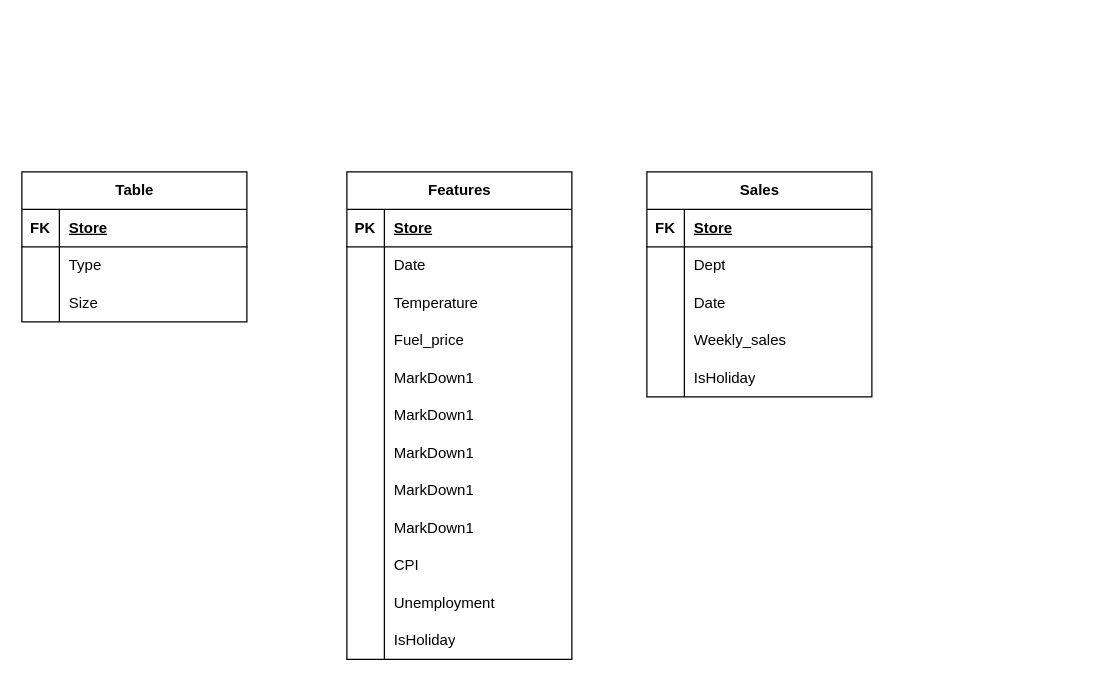
XanderDefend/Data-Analytics keeps this draw.io diagram as Untitled Diagram.drawio. Above is the earlier version. Source tidied: cells renumbered, new cells numbered last; positions are measured from the earlier drawing's top-left corner, leaving out a move shared by most shapes. Both pictures are drawn from the tidied source at 125%, with x=0, y=0 at pixel (21, 171).
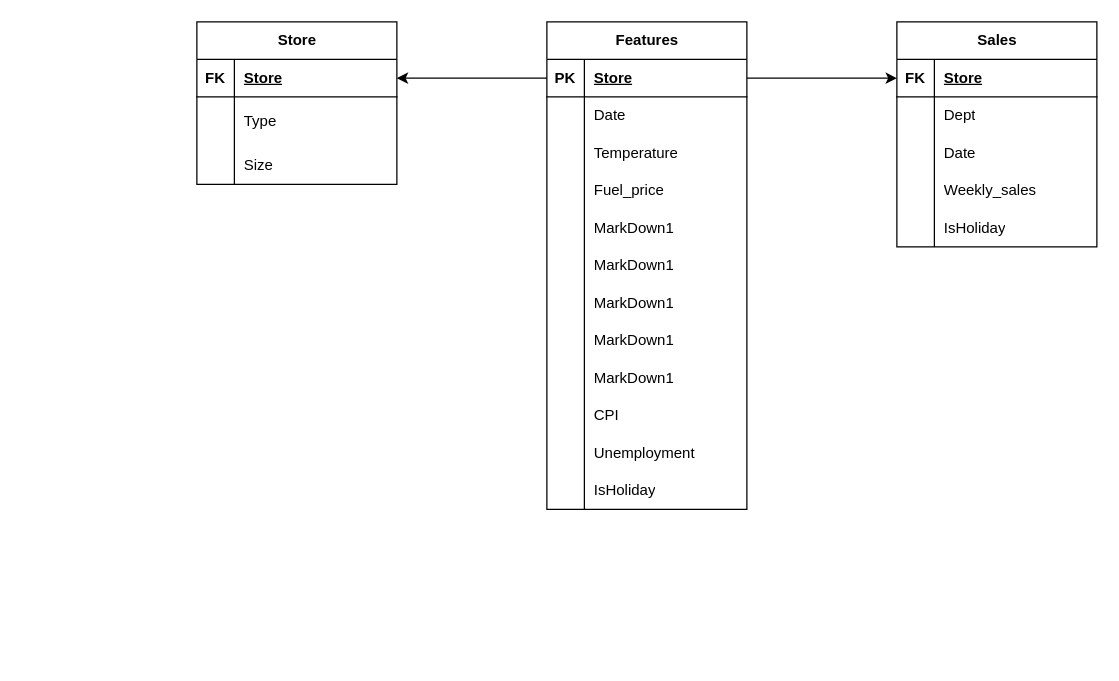
Above is the later version.

Change to the diagram source:
```diff
@@
     <mxCell id="2" value="Features" style="shape=table;startSize=30;childLayout=tableLayout;rowLines=0;fontStyle=1;align=center;html=1;" parent="1" vertex="1">
-      <mxGeometry x="260" width="180" height="390" as="geometry" />
+      <mxGeometry x="420" y="-120" width="160" height="390" as="geometry" />
     </mxCell>
     <mxCell id="3" style="shape=tableRow;horizontal=0;startSize=0;swimlaneHead=0;swimlaneBody=0;fillColor=none;points=[[0,0.5],[1,0.5]];portConstraint=eastwest;top=0;left=0;right=0;bottom=1;" parent="2" vertex="1">
-      <mxGeometry y="30" width="180" height="30" as="geometry" />
+      <mxGeometry y="30" width="160" height="30" as="geometry" />
     </mxCell>
@@
     <mxCell id="5" value="Store" style="shape=partialRectangle;fillColor=none;top=0;left=0;bottom=0;right=0;align=left;spacingLeft=6;fontStyle=5;overflow=hidden;whiteSpace=wrap;html=1;" parent="3" vertex="1">
-      <mxGeometry x="30" width="150" height="30" as="geometry" />
+      <mxGeometry x="30" width="130" height="30" as="geometry" />
     </mxCell>
     <mxCell id="6" style="shape=tableRow;horizontal=0;startSize=0;swimlaneHead=0;swimlaneBody=0;fillColor=none;top=0;left=0;right=0;bottom=0;" parent="2" vertex="1">
-      <mxGeometry y="60" width="180" height="30" as="geometry" />
+      <mxGeometry y="60" width="160" height="30" as="geometry" />
     </mxCell>
@@
     <mxCell id="8" value="Date" style="shape=partialRectangle;fillColor=none;top=0;left=0;bottom=0;right=0;align=left;spacingLeft=6;overflow=hidden;whiteSpace=wrap;html=1;" parent="6" vertex="1">
-      <mxGeometry x="30" width="150" height="30" as="geometry" />
+      <mxGeometry x="30" width="130" height="30" as="geometry" />
     </mxCell>
     <mxCell id="9" style="shape=tableRow;horizontal=0;startSize=0;swimlaneHead=0;swimlaneBody=0;fillColor=none;top=0;left=0;right=0;bottom=0;" parent="2" vertex="1">
-      <mxGeometry y="90" width="180" height="30" as="geometry" />
+      <mxGeometry y="90" width="160" height="30" as="geometry" />
     </mxCell>
@@
     <mxCell id="11" value="Temperature" style="shape=partialRectangle;fillColor=none;top=0;left=0;bottom=0;right=0;align=left;spacingLeft=6;overflow=hidden;whiteSpace=wrap;html=1;" parent="9" vertex="1">
-      <mxGeometry x="30" width="150" height="30" as="geometry" />
+      <mxGeometry x="30" width="130" height="30" as="geometry" />
     </mxCell>
     <mxCell id="12" style="shape=tableRow;horizontal=0;startSize=0;swimlaneHead=0;swimlaneBody=0;fillColor=none;top=0;left=0;right=0;bottom=0;" parent="2" vertex="1">
-      <mxGeometry y="120" width="180" height="30" as="geometry" />
+      <mxGeometry y="120" width="160" height="30" as="geometry" />
     </mxCell>
@@
     <mxCell id="14" value="Fuel_price" style="shape=partialRectangle;fillColor=none;top=0;left=0;bottom=0;right=0;align=left;spacingLeft=6;overflow=hidden;whiteSpace=wrap;html=1;" parent="12" vertex="1">
-      <mxGeometry x="30" width="150" height="30" as="geometry" />
+      <mxGeometry x="30" width="130" height="30" as="geometry" />
     </mxCell>
     <mxCell id="15" style="shape=tableRow;horizontal=0;startSize=0;swimlaneHead=0;swimlaneBody=0;fillColor=none;top=0;left=0;right=0;bottom=0;" parent="2" vertex="1">
-      <mxGeometry y="150" width="180" height="30" as="geometry" />
+      <mxGeometry y="150" width="160" height="30" as="geometry" />
     </mxCell>
@@
     <mxCell id="17" value="MarkDown1" style="shape=partialRectangle;fillColor=none;top=0;left=0;bottom=0;right=0;align=left;spacingLeft=6;overflow=hidden;whiteSpace=wrap;html=1;" parent="15" vertex="1">
-      <mxGeometry x="30" width="150" height="30" as="geometry" />
+      <mxGeometry x="30" width="130" height="30" as="geometry" />
     </mxCell>
     <mxCell id="18" style="shape=tableRow;horizontal=0;startSize=0;swimlaneHead=0;swimlaneBody=0;fillColor=none;top=0;left=0;right=0;bottom=0;" parent="2" vertex="1">
-      <mxGeometry y="180" width="180" height="30" as="geometry" />
+      <mxGeometry y="180" width="160" height="30" as="geometry" />
     </mxCell>
@@
     <mxCell id="20" value="MarkDown1" style="shape=partialRectangle;fillColor=none;top=0;left=0;bottom=0;right=0;align=left;spacingLeft=6;overflow=hidden;whiteSpace=wrap;html=1;" parent="18" vertex="1">
-      <mxGeometry x="30" width="150" height="30" as="geometry" />
+      <mxGeometry x="30" width="130" height="30" as="geometry" />
     </mxCell>
     <mxCell id="21" style="shape=tableRow;horizontal=0;startSize=0;swimlaneHead=0;swimlaneBody=0;fillColor=none;top=0;left=0;right=0;bottom=0;" parent="2" vertex="1">
-      <mxGeometry y="210" width="180" height="30" as="geometry" />
+      <mxGeometry y="210" width="160" height="30" as="geometry" />
     </mxCell>
@@
     <mxCell id="23" value="MarkDown1" style="shape=partialRectangle;fillColor=none;top=0;left=0;bottom=0;right=0;align=left;spacingLeft=6;overflow=hidden;whiteSpace=wrap;html=1;" parent="21" vertex="1">
-      <mxGeometry x="30" width="150" height="30" as="geometry" />
+      <mxGeometry x="30" width="130" height="30" as="geometry" />
     </mxCell>
     <mxCell id="24" style="shape=tableRow;horizontal=0;startSize=0;swimlaneHead=0;swimlaneBody=0;fillColor=none;top=0;left=0;right=0;bottom=0;" parent="2" vertex="1">
-      <mxGeometry y="240" width="180" height="30" as="geometry" />
+      <mxGeometry y="240" width="160" height="30" as="geometry" />
     </mxCell>
@@
     <mxCell id="26" value="MarkDown1" style="shape=partialRectangle;fillColor=none;top=0;left=0;bottom=0;right=0;align=left;spacingLeft=6;overflow=hidden;whiteSpace=wrap;html=1;" parent="24" vertex="1">
-      <mxGeometry x="30" width="150" height="30" as="geometry" />
+      <mxGeometry x="30" width="130" height="30" as="geometry" />
     </mxCell>
     <mxCell id="27" style="shape=tableRow;horizontal=0;startSize=0;swimlaneHead=0;swimlaneBody=0;fillColor=none;top=0;left=0;right=0;bottom=0;" parent="2" vertex="1">
-      <mxGeometry y="270" width="180" height="30" as="geometry" />
+      <mxGeometry y="270" width="160" height="30" as="geometry" />
     </mxCell>
@@
     <mxCell id="29" value="MarkDown1" style="shape=partialRectangle;fillColor=none;top=0;left=0;bottom=0;right=0;align=left;spacingLeft=6;overflow=hidden;whiteSpace=wrap;html=1;" parent="27" vertex="1">
-      <mxGeometry x="30" width="150" height="30" as="geometry" />
+      <mxGeometry x="30" width="130" height="30" as="geometry" />
     </mxCell>
     <mxCell id="30" style="shape=tableRow;horizontal=0;startSize=0;swimlaneHead=0;swimlaneBody=0;fillColor=none;top=0;left=0;right=0;bottom=0;" parent="2" vertex="1">
-      <mxGeometry y="300" width="180" height="30" as="geometry" />
+      <mxGeometry y="300" width="160" height="30" as="geometry" />
     </mxCell>
@@
     <mxCell id="32" value="CPI" style="shape=partialRectangle;fillColor=none;top=0;left=0;bottom=0;right=0;align=left;spacingLeft=6;overflow=hidden;whiteSpace=wrap;html=1;" parent="30" vertex="1">
-      <mxGeometry x="30" width="150" height="30" as="geometry" />
+      <mxGeometry x="30" width="130" height="30" as="geometry" />
     </mxCell>
     <mxCell id="33" style="shape=tableRow;horizontal=0;startSize=0;swimlaneHead=0;swimlaneBody=0;fillColor=none;top=0;left=0;right=0;bottom=0;" parent="2" vertex="1">
-      <mxGeometry y="330" width="180" height="30" as="geometry" />
+      <mxGeometry y="330" width="160" height="30" as="geometry" />
     </mxCell>
@@
     <mxCell id="35" value="Unemployment" style="shape=partialRectangle;fillColor=none;top=0;left=0;bottom=0;right=0;align=left;spacingLeft=6;overflow=hidden;whiteSpace=wrap;html=1;" parent="33" vertex="1">
-      <mxGeometry x="30" width="150" height="30" as="geometry" />
+      <mxGeometry x="30" width="130" height="30" as="geometry" />
     </mxCell>
     <mxCell id="36" style="shape=tableRow;horizontal=0;startSize=0;swimlaneHead=0;swimlaneBody=0;fillColor=none;top=0;left=0;right=0;bottom=0;" parent="2" vertex="1">
-      <mxGeometry y="360" width="180" height="30" as="geometry" />
+      <mxGeometry y="360" width="160" height="30" as="geometry" />
     </mxCell>
@@
     <mxCell id="38" value="IsHoliday" style="shape=partialRectangle;fillColor=none;top=0;left=0;bottom=0;right=0;align=left;spacingLeft=6;overflow=hidden;whiteSpace=wrap;html=1;" parent="36" vertex="1">
-      <mxGeometry x="30" width="150" height="30" as="geometry" />
+      <mxGeometry x="30" width="130" height="30" as="geometry" />
     </mxCell>
     <mxCell id="39" value="Sales" style="shape=table;startSize=30;childLayout=tableLayout;rowLines=0;fontStyle=1;align=center;html=1;" parent="1" vertex="1">
-      <mxGeometry x="500" width="180" height="180" as="geometry" />
+      <mxGeometry x="700" y="-120" width="160" height="180" as="geometry" />
     </mxCell>
     <mxCell id="40" style="shape=tableRow;horizontal=0;startSize=0;swimlaneHead=0;swimlaneBody=0;fillColor=none;points=[[0,0.5],[1,0.5]];portConstraint=eastwest;top=0;left=0;right=0;bottom=1;" parent="39" vertex="1">
-      <mxGeometry y="30" width="180" height="30" as="geometry" />
+      <mxGeometry y="30" width="160" height="30" as="geometry" />
     </mxCell>
@@
     <mxCell id="42" value="Store" style="shape=partialRectangle;fillColor=none;top=0;left=0;bottom=0;right=0;align=left;spacingLeft=6;fontStyle=5;overflow=hidden;whiteSpace=wrap;html=1;" parent="40" vertex="1">
-      <mxGeometry x="30" width="150" height="30" as="geometry" />
+      <mxGeometry x="30" width="130" height="30" as="geometry" />
     </mxCell>
     <mxCell id="43" style="shape=tableRow;horizontal=0;startSize=0;swimlaneHead=0;swimlaneBody=0;fillColor=none;top=0;left=0;right=0;bottom=0;" parent="39" vertex="1">
-      <mxGeometry y="60" width="180" height="30" as="geometry" />
+      <mxGeometry y="60" width="160" height="30" as="geometry" />
     </mxCell>
@@
     <mxCell id="45" value="Dept" style="shape=partialRectangle;fillColor=none;top=0;left=0;bottom=0;right=0;align=left;spacingLeft=6;overflow=hidden;whiteSpace=wrap;html=1;" parent="43" vertex="1">
-      <mxGeometry x="30" width="150" height="30" as="geometry" />
+      <mxGeometry x="30" width="130" height="30" as="geometry" />
     </mxCell>
     <mxCell id="46" style="shape=tableRow;horizontal=0;startSize=0;swimlaneHead=0;swimlaneBody=0;fillColor=none;top=0;left=0;right=0;bottom=0;" parent="39" vertex="1">
-      <mxGeometry y="90" width="180" height="30" as="geometry" />
+      <mxGeometry y="90" width="160" height="30" as="geometry" />
     </mxCell>
@@
     <mxCell id="48" value="Date" style="shape=partialRectangle;fillColor=none;top=0;left=0;bottom=0;right=0;align=left;spacingLeft=6;overflow=hidden;whiteSpace=wrap;html=1;" parent="46" vertex="1">
-      <mxGeometry x="30" width="150" height="30" as="geometry" />
+      <mxGeometry x="30" width="130" height="30" as="geometry" />
     </mxCell>
     <mxCell id="49" style="shape=tableRow;horizontal=0;startSize=0;swimlaneHead=0;swimlaneBody=0;fillColor=none;top=0;left=0;right=0;bottom=0;" parent="39" vertex="1">
-      <mxGeometry y="120" width="180" height="30" as="geometry" />
+      <mxGeometry y="120" width="160" height="30" as="geometry" />
     </mxCell>
@@
     <mxCell id="51" value="Weekly_sales" style="shape=partialRectangle;fillColor=none;top=0;left=0;bottom=0;right=0;align=left;spacingLeft=6;overflow=hidden;whiteSpace=wrap;html=1;" parent="49" vertex="1">
-      <mxGeometry x="30" width="150" height="30" as="geometry" />
+      <mxGeometry x="30" width="130" height="30" as="geometry" />
     </mxCell>
     <mxCell id="52" style="shape=tableRow;horizontal=0;startSize=0;swimlaneHead=0;swimlaneBody=0;fillColor=none;top=0;left=0;right=0;bottom=0;" parent="39" vertex="1">
-      <mxGeometry y="150" width="180" height="30" as="geometry" />
+      <mxGeometry y="150" width="160" height="30" as="geometry" />
     </mxCell>
@@
     <mxCell id="54" value="IsHoliday" style="shape=partialRectangle;fillColor=none;top=0;left=0;bottom=0;right=0;align=left;spacingLeft=6;overflow=hidden;whiteSpace=wrap;html=1;" parent="52" vertex="1">
-      <mxGeometry x="30" width="150" height="30" as="geometry" />
+      <mxGeometry x="30" width="130" height="30" as="geometry" />
     </mxCell>
-    <mxCell id="55" value="Table" style="shape=table;startSize=30;childLayout=tableLayout;rowLines=0;fontStyle=1;align=center;html=1;" parent="1" vertex="1">
-      <mxGeometry width="180" height="120" as="geometry" />
+    <mxCell id="55" value="Store" style="shape=table;startSize=30;childLayout=tableLayout;rowLines=0;fontStyle=1;align=center;html=1;" parent="1" vertex="1">
+      <mxGeometry x="140" y="-120" width="160" height="130" as="geometry" />
     </mxCell>
     <mxCell id="56" style="shape=tableRow;horizontal=0;startSize=0;swimlaneHead=0;swimlaneBody=0;fillColor=none;points=[[0,0.5],[1,0.5]];portConstraint=eastwest;top=0;left=0;right=0;bottom=1;" parent="55" vertex="1">
-      <mxGeometry y="30" width="180" height="30" as="geometry" />
+      <mxGeometry y="30" width="160" height="30" as="geometry" />
     </mxCell>
@@
     <mxCell id="58" value="Store" style="shape=partialRectangle;fillColor=none;top=0;left=0;bottom=0;right=0;align=left;spacingLeft=6;fontStyle=5;overflow=hidden;whiteSpace=wrap;html=1;" parent="56" vertex="1">
-      <mxGeometry x="30" width="150" height="30" as="geometry" />
+      <mxGeometry x="30" width="130" height="30" as="geometry" />
     </mxCell>
     <mxCell id="59" style="shape=tableRow;horizontal=0;startSize=0;swimlaneHead=0;swimlaneBody=0;fillColor=none;top=0;left=0;right=0;bottom=0;" parent="55" vertex="1">
-      <mxGeometry y="60" width="180" height="30" as="geometry" />
+      <mxGeometry y="60" width="160" height="40" as="geometry" />
     </mxCell>
     <mxCell id="60" style="shape=partialRectangle;fillColor=none;top=0;left=0;bottom=0;right=0;overflow=hidden;whiteSpace=wrap;html=1;" parent="59" vertex="1">
-      <mxGeometry width="30" height="30" as="geometry" />
+      <mxGeometry width="30" height="40" as="geometry" />
     </mxCell>
     <mxCell id="61" value="Type" style="shape=partialRectangle;fillColor=none;top=0;left=0;bottom=0;right=0;align=left;spacingLeft=6;overflow=hidden;whiteSpace=wrap;html=1;" parent="59" vertex="1">
-      <mxGeometry x="30" width="150" height="30" as="geometry" />
+      <mxGeometry x="30" width="130" height="40" as="geometry" />
     </mxCell>
     <mxCell id="62" style="shape=tableRow;horizontal=0;startSize=0;swimlaneHead=0;swimlaneBody=0;fillColor=none;top=0;left=0;right=0;bottom=0;" parent="55" vertex="1">
-      <mxGeometry y="90" width="180" height="30" as="geometry" />
+      <mxGeometry y="100" width="160" height="30" as="geometry" />
     </mxCell>
@@
     <mxCell id="64" value="Size" style="shape=partialRectangle;fillColor=none;top=0;left=0;bottom=0;right=0;align=left;spacingLeft=6;overflow=hidden;whiteSpace=wrap;html=1;" parent="62" vertex="1">
-      <mxGeometry x="30" width="150" height="30" as="geometry" />
+      <mxGeometry x="30" width="130" height="30" as="geometry" />
     </mxCell>
+    <mxCell id="65" style="edgeStyle=orthogonalEdgeStyle;rounded=0;jettySize=auto;html=1;exitX=1;exitY=0.5;exitDx=0;exitDy=0;entryX=0;entryY=0.5;entryDx=0;entryDy=0;" parent="1" edge="1" source="3" target="40">
+      <mxGeometry relative="1" as="geometry" />
+    </mxCell>
+    <mxCell id="66" style="edgeStyle=orthogonalEdgeStyle;rounded=0;jettySize=auto;html=1;exitX=0;exitY=0.5;exitDx=0;exitDy=0;entryX=1;entryY=0.5;entryDx=0;entryDy=0;" parent="1" edge="1" source="3" target="56">
+      <mxGeometry relative="1" as="geometry" />
+    </mxCell>
```
